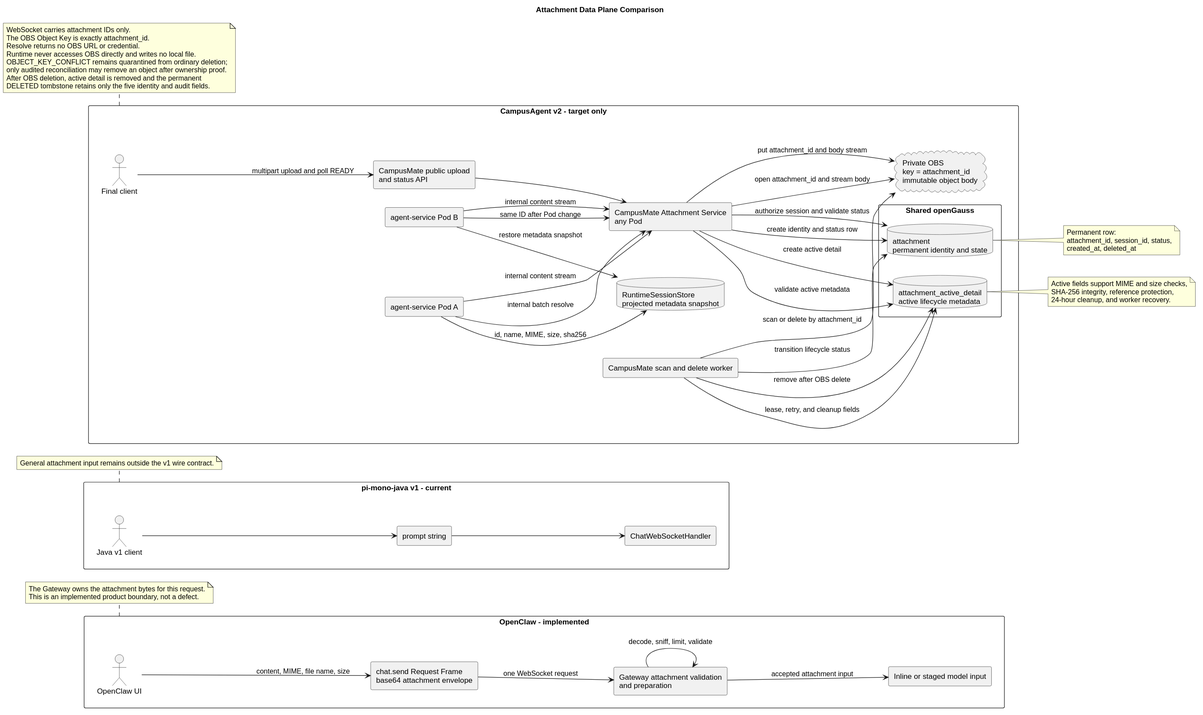
This is openclaw-campusagent-websocket-comparison/attachment_data_plane_comparison.svg from superheromeZzh/pi-mono-java-design, a PlantUML export, as it was before one commit.
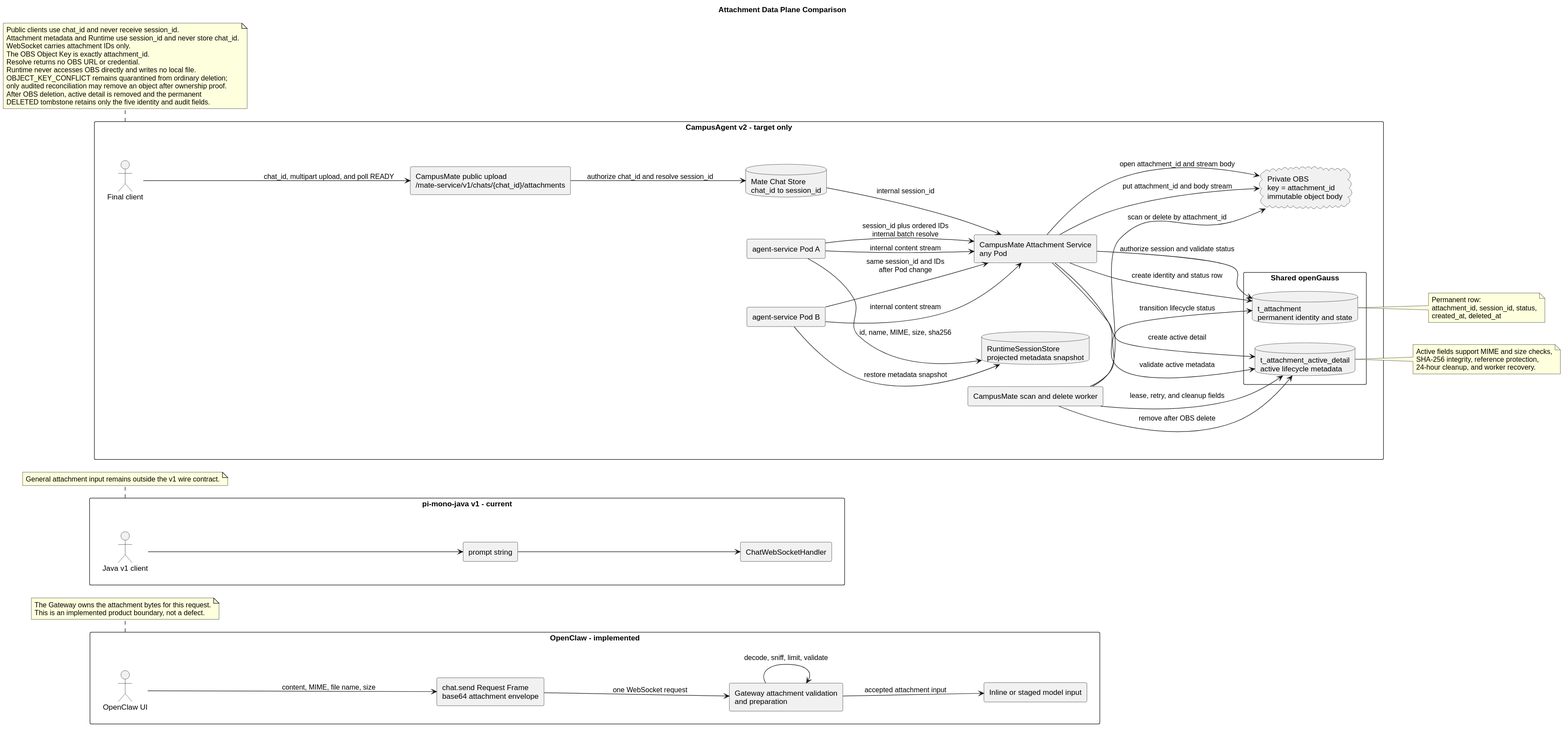
The same diagram one commit later.

Change to the diagram source:
```diff
@@ -32,11 +32,12 @@
 
 package "CampusAgent v2 - target only" as CampusAttachment {
   actor "Final client" as CampusClient
-  component "CampusMate public upload\nand status API" as PublicUpload
+  component "CampusMate public upload\n/mate-service/v1/chats/{chat_id}/attachments" as PublicUpload
+  database "Mate Chat Store\nchat_id to session_id" as MateChatStore
   component "CampusMate Attachment Service\nany Pod" as AttachmentService
   package "Shared openGauss" as AttachmentDatabase {
-    database "attachment\npermanent identity and state" as AttachmentDb
-    database "attachment_active_detail\nactive lifecycle metadata" as AttachmentDetail
+    database "t_attachment\npermanent identity and state" as AttachmentDb
+    database "t_attachment_active_detail\nactive lifecycle metadata" as AttachmentDetail
   }
   cloud "Private OBS\nkey = attachment_id\nimmutable object body" as AttachmentObs
   component "CampusMate scan and delete worker" as AttachmentWorker
@@ -44,8 +45,9 @@
   component "agent-service Pod B" as AgentPodB
   database "RuntimeSessionStore\nprojected metadata snapshot" as RuntimeStore
 
-  CampusClient --> PublicUpload : multipart upload and poll READY
-  PublicUpload --> AttachmentService
+  CampusClient --> PublicUpload : chat_id, multipart upload, and poll READY
+  PublicUpload --> MateChatStore : authorize chat_id and resolve session_id
+  MateChatStore --> AttachmentService : internal session_id
   AttachmentService --> AttachmentDb : create identity and status row
   AttachmentService --> AttachmentDetail : create active detail
   AttachmentService --> AttachmentObs : put attachment_id and body stream
@@ -53,8 +55,8 @@
   AttachmentWorker --> AttachmentObs : scan or delete by attachment_id
   AttachmentWorker --> AttachmentDb : transition lifecycle status
   AttachmentWorker --> AttachmentDetail : remove after OBS delete
-  AgentPodA --> AttachmentService : internal batch resolve
-  AgentPodB --> AttachmentService : same ID after Pod change
+  AgentPodA --> AttachmentService : session_id plus ordered IDs\ninternal batch resolve
+  AgentPodB --> AttachmentService : same session_id and IDs\nafter Pod change
   AgentPodA --> AttachmentService : internal content stream
   AgentPodB --> AttachmentService : internal content stream
   AttachmentService --> AttachmentDb : authorize session and validate status
@@ -86,6 +88,8 @@
 end note
 
 note bottom of CampusAttachment
+  Public clients use chat_id and never receive session_id.
+  Attachment metadata and Runtime use session_id and never store chat_id.
   WebSocket carries attachment IDs only.
   The OBS Object Key is exactly attachment_id.
   Resolve returns no OBS URL or credential.
```
